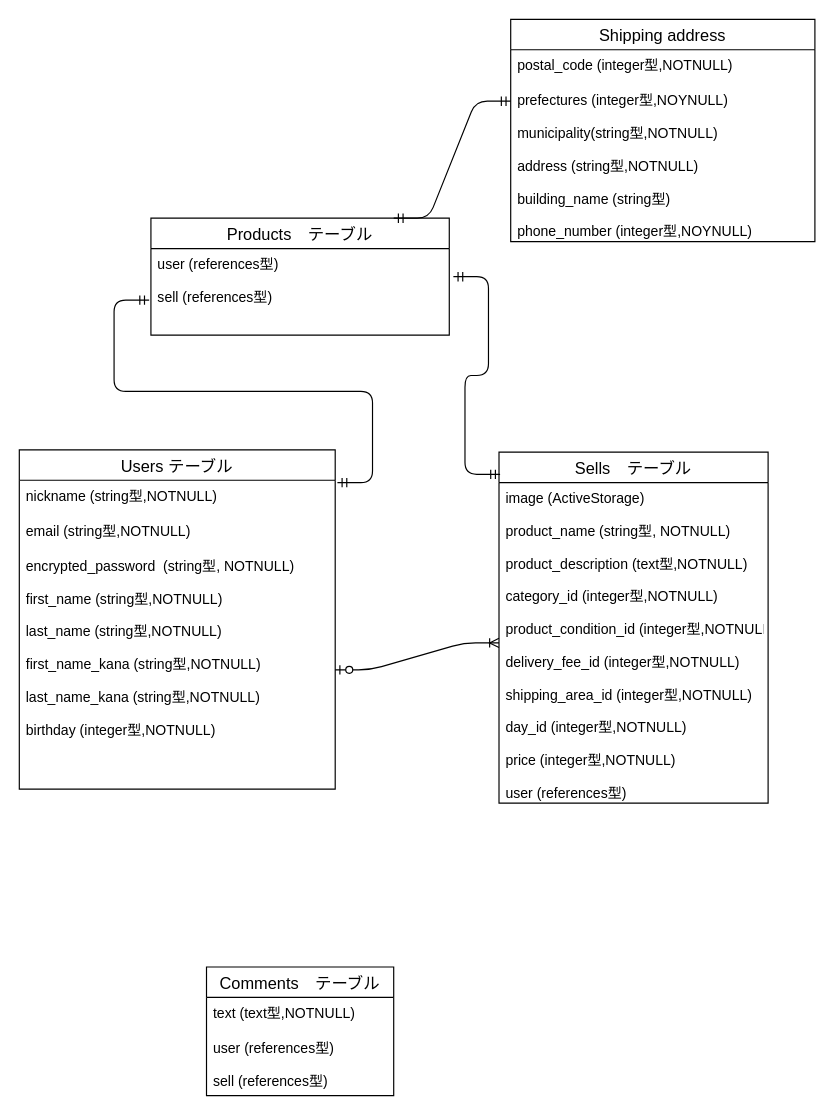
Earlier version of the draw.io diagram test.dio (takuro-1011/furima-33014). Source tidied: cells renumbered, new cells numbered last; positions are measured from the earlier drawing's top-left corner, leaving out a move shared by most shapes. Both pictures are drawn from the tidied source at 117%, with x=0, y=0 at pixel (19, 19).
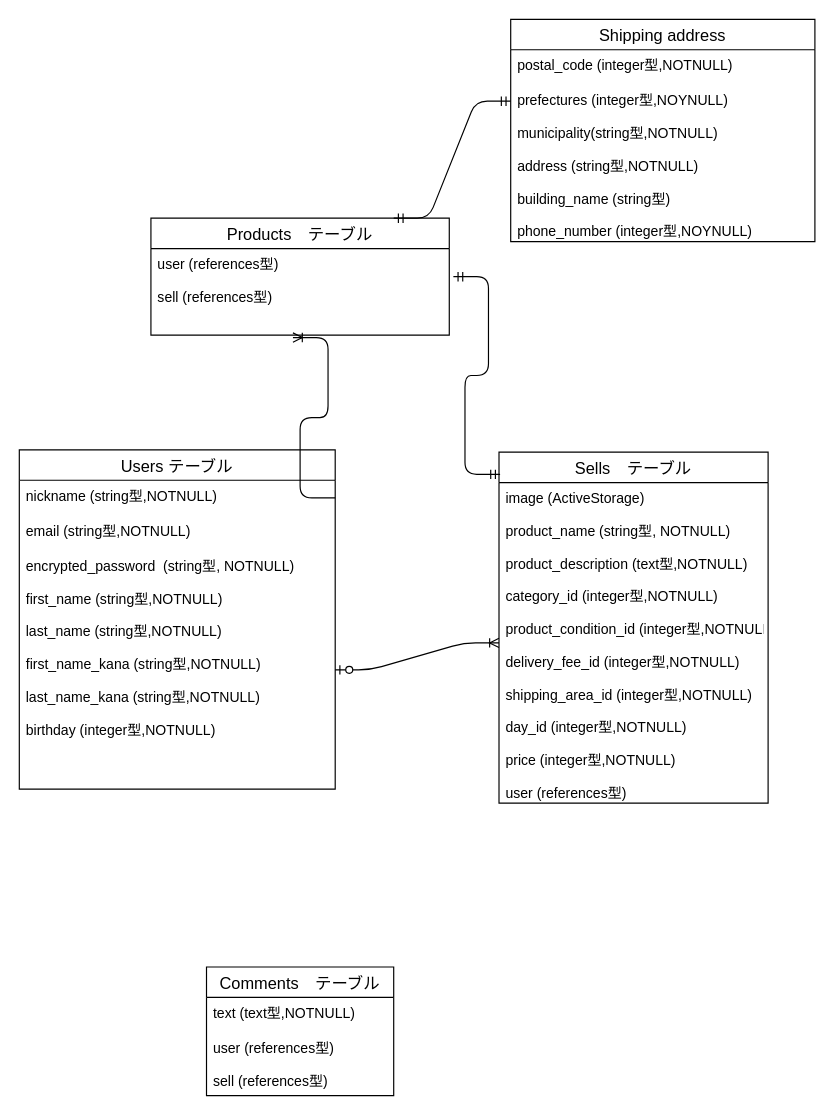
The same diagram, later.

Commit message (it also covers changes not shown here):
変更点修正3

The change refers to these unchanged cells:
```xml
<mxCell id="3" value="nickname (string型,NOTNULL)" style="text;strokeColor=none;fillColor=none;spacingLeft=4;spacingRight=4;overflow=hidden;points=[[0,0.5],[1,0.5]];portConstraint=eastwest;fontSize=12;" parent="2" vertex="1">
  <mxGeometry y="26" width="270" height="30" as="geometry" />
</mxCell>
<mxCell id="7" value="user (references型)&#10;&#10;sell (references型)&#10;" style="text;strokeColor=none;fillColor=none;spacingLeft=4;spacingRight=4;overflow=hidden;points=[[0,0.5],[1,0.5]];portConstraint=eastwest;fontSize=12;" parent="6" vertex="1">
  <mxGeometry y="26" width="255" height="74" as="geometry" />
</mxCell>
```

The edit, as a diff of the source:
```diff
@@
-    <mxCell id="15" style="edgeStyle=entityRelationEdgeStyle;fontSize=12;html=1;endArrow=ERmandOne;startArrow=ERmandOne;exitX=1.007;exitY=0.067;exitDx=0;exitDy=0;exitPerimeter=0;" parent="1" edge="1" source="3">
-      <mxGeometry relative="1" as="geometry">
-        <mxPoint x="111" y="240" as="targetPoint" />
-      </mxGeometry>
-    </mxCell>
@@
+    <mxCell id="20" style="edgeStyle=entityRelationEdgeStyle;fontSize=12;html=1;endArrow=ERoneToMany;entryX=0.476;entryY=1.027;entryDx=0;entryDy=0;entryPerimeter=0;exitX=1;exitY=0.5;exitDx=0;exitDy=0;" parent="1" edge="1" source="3" target="7">
+      <mxGeometry relative="1" as="geometry" />
+    </mxCell>
```
